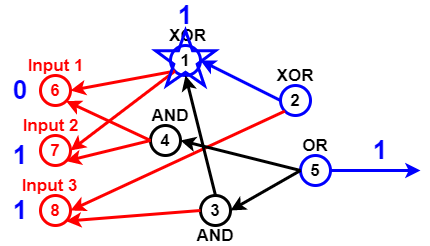
The draw.io diagram Untitled Diagram.png in sara1024/-CCF201412-2-Z-, before a commit. Source tidied: cells renumbered, new cells last; positions are measured from the earlier drawing's top-left corner, leaving out a move shared by most shapes.
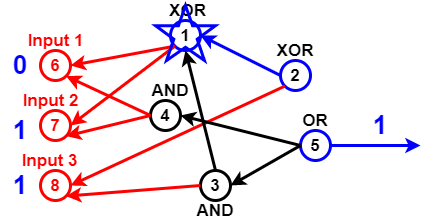
The same diagram one commit later.

The edit, as a diff of the source:
```diff
@@ -100,8 +100,5 @@
     <mxCell id="33" style="verticalLabelPosition=bottom;verticalAlign=top;html=1;shape=mxgraph.basic.star;strokeWidth=3;fillColor=none;gradientColor=none;fontSize=26;fontColor=#0000FF;strokeColor=#0000FF;" parent="1" vertex="1">
       <mxGeometry x="155" y="25" width="60" height="55" as="geometry" />
     </mxCell>
-    <mxCell id="34" value="1" style="text;html=1;strokeColor=none;fillColor=none;align=center;verticalAlign=middle;whiteSpace=wrap;rounded=0;fontSize=26;fontColor=#0000FF;fontStyle=1;" parent="1" vertex="1">
-      <mxGeometry x="165" width="40" height="20" as="geometry" />
-    </mxCell>
   </root>
 </mxGraphModel>
```
